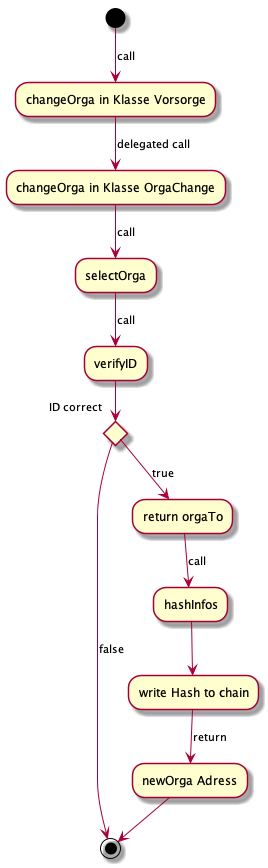
The PlantUML diagram docs/Aktivitätsdiagram ChangeOrga.png in TK5-Tim/Unibas-BCC2019-VVS, before a commit. Its diagram source:
```plantuml
@startuml Aktivitätsdiagram ChangeOrga
(*) -->[call] "changeOrga in Klasse Vorsorge"
 --> [delegated call]"changeOrga in Klasse OrgaChange"

 --> [call]"selectOrga"
 --> [call]"verifyID"
 if "ID correct" then
    --> [true]"return orgaTo" as a1
 else
 ->[false](*)
endif
 a1 -->[call] "hashInfos"
 --> "write Hash to chain"
 --> [return] "newOrga Adress"
 -->(*)
@enduml
```
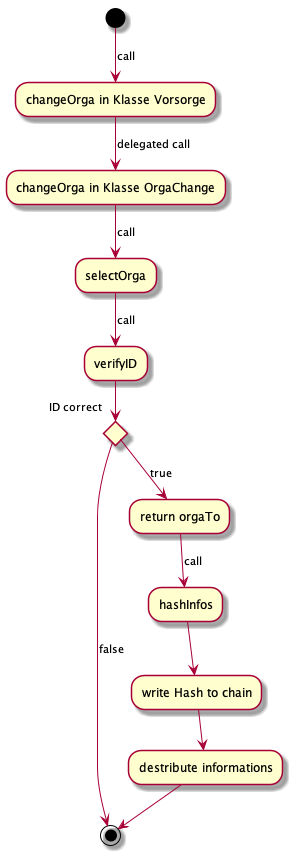
Later version of the same file.

The edit, as a diff of the source:
```diff
@@ -11,6 +11,6 @@
 endif
  a1 -->[call] "hashInfos"
  --> "write Hash to chain"
- --> [return] "newOrga Adress"
+ --> "destribute informations"
  -->(*)
 @enduml
```
